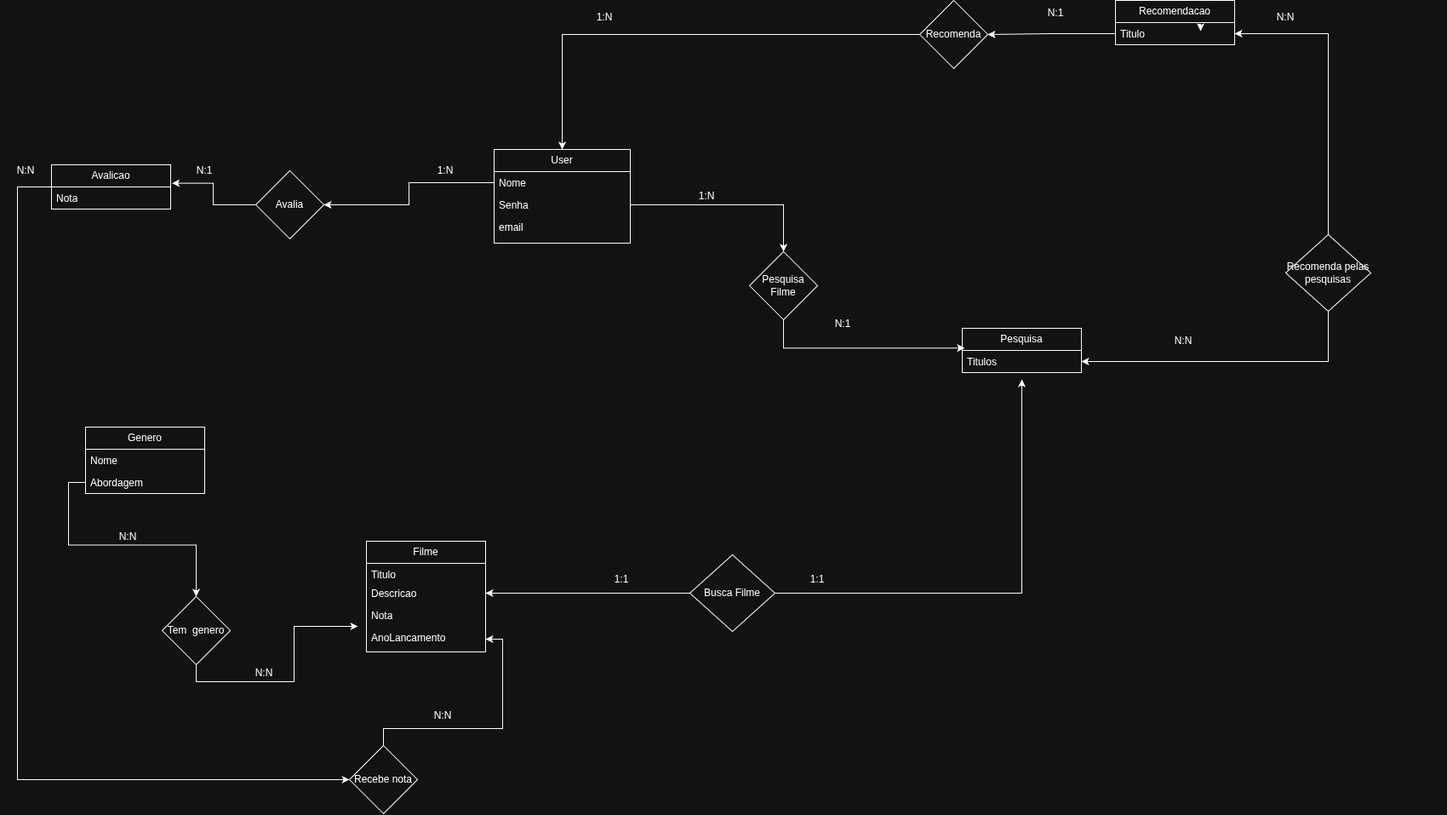
Before: docs/DatabaseDocs/DerBD.drawio.png, a diagram exported from draw.io (joaohpr/Trabalho_Final). Source tidied: cells renumbered, new cells last; positions are measured from the earlier drawing's top-left corner, leaving out a move shared by most shapes. The source it was exported from:
```xml
<mxGraphModel>
  <root>
    <mxCell id="0" />
    <mxCell id="1" parent="0" />
    <mxCell id="2" value="User" style="swimlane;fontStyle=0;horizontal=1;startSize=26;fillColor=none;whiteSpace=wrap;html=1;" parent="1" vertex="1">
      <mxGeometry x="580" y="175" width="160" height="110" as="geometry" />
    </mxCell>
    <mxCell id="3" value="Nome" style="text;strokeColor=none;fillColor=none;align=left;verticalAlign=top;spacingLeft=4;spacingRight=4;overflow=hidden;points=[[0,0.5],[1,0.5]];portConstraint=eastwest;whiteSpace=wrap;html=1;" parent="2" vertex="1">
      <mxGeometry y="26" width="160" height="26" as="geometry" />
    </mxCell>
    <mxCell id="4" value="Senha" style="text;strokeColor=none;fillColor=none;align=left;verticalAlign=top;spacingLeft=4;spacingRight=4;overflow=hidden;points=[[0,0.5],[1,0.5]];portConstraint=eastwest;whiteSpace=wrap;html=1;" parent="2" vertex="1">
      <mxGeometry y="52" width="160" height="26" as="geometry" />
    </mxCell>
    <mxCell id="5" value="email" style="text;strokeColor=none;fillColor=none;align=left;verticalAlign=top;spacingLeft=4;spacingRight=4;overflow=hidden;whiteSpace=wrap;html=1;" parent="2" vertex="1">
      <mxGeometry y="78" width="160" height="32" as="geometry" />
    </mxCell>
    <mxCell id="6" value="Filme" style="swimlane;fontStyle=0;horizontal=1;startSize=26;fillColor=none;whiteSpace=wrap;html=1;" parent="1" vertex="1">
      <mxGeometry x="430" y="635" width="140" height="130" as="geometry" />
    </mxCell>
    <mxCell id="7" value="Titulo" style="text;strokeColor=none;fillColor=none;align=left;verticalAlign=top;spacingLeft=4;spacingRight=4;overflow=hidden;whiteSpace=wrap;html=1;" parent="6" vertex="1">
      <mxGeometry y="26" width="140" height="22" as="geometry" />
    </mxCell>
    <mxCell id="8" value="Descricao" style="text;strokeColor=none;fillColor=none;align=left;verticalAlign=top;spacingLeft=4;spacingRight=4;overflow=hidden;points=[[0,0.5],[1,0.5]];portConstraint=eastwest;whiteSpace=wrap;html=1;" parent="6" vertex="1">
      <mxGeometry y="48" width="140" height="26" as="geometry" />
    </mxCell>
    <mxCell id="9" value="Nota" style="text;strokeColor=none;fillColor=none;align=left;verticalAlign=top;spacingLeft=4;spacingRight=4;overflow=hidden;whiteSpace=wrap;html=1;" parent="6" vertex="1">
      <mxGeometry y="74" width="140" height="26" as="geometry" />
    </mxCell>
    <mxCell id="10" value="AnoLancamento" style="text;strokeColor=none;fillColor=none;align=left;verticalAlign=top;spacingLeft=4;spacingRight=4;overflow=hidden;points=[[0,0.5],[1,0.5]];portConstraint=eastwest;whiteSpace=wrap;html=1;" parent="6" vertex="1">
      <mxGeometry y="100" width="140" height="30" as="geometry" />
    </mxCell>
    <mxCell id="11" value="Pesquisa" style="swimlane;fontStyle=0;horizontal=1;startSize=26;fillColor=none;whiteSpace=wrap;html=1;" parent="1" vertex="1">
      <mxGeometry x="1130" y="385" width="140" height="52" as="geometry" />
    </mxCell>
    <mxCell id="12" value="Titulos" style="text;strokeColor=none;fillColor=none;align=left;verticalAlign=top;spacingLeft=4;spacingRight=4;overflow=hidden;points=[[0,0.5],[1,0.5]];portConstraint=eastwest;whiteSpace=wrap;html=1;" parent="11" vertex="1">
      <mxGeometry y="26" width="140" height="26" as="geometry" />
    </mxCell>
    <mxCell id="13" value="Recomendacao" style="swimlane;fontStyle=0;horizontal=1;startSize=26;fillColor=none;whiteSpace=wrap;html=1;" parent="1" vertex="1">
      <mxGeometry x="1310" width="140" height="52" as="geometry" />
    </mxCell>
    <mxCell id="14" value="Titulo" style="text;strokeColor=none;fillColor=none;align=left;verticalAlign=top;spacingLeft=4;spacingRight=4;overflow=hidden;points=[[0,0.5],[1,0.5]];portConstraint=eastwest;whiteSpace=wrap;html=1;" parent="13" vertex="1">
      <mxGeometry y="26" width="140" height="26" as="geometry" />
    </mxCell>
    <mxCell id="15" value="Pesquisa Filme" style="rhombus;whiteSpace=wrap;html=1;" parent="1" vertex="1">
      <mxGeometry x="880" y="295" width="80" height="80" as="geometry" />
    </mxCell>
    <mxCell id="16" style="edgeStyle=orthogonalEdgeStyle;rounded=0;jettySize=auto;html=1;exitX=1;exitY=0.5;exitDx=0;exitDy=0;" parent="1" edge="1" source="4" target="15">
      <mxGeometry relative="1" as="geometry" />
    </mxCell>
    <mxCell id="17" style="edgeStyle=orthogonalEdgeStyle;rounded=0;jettySize=auto;html=1;exitX=0.5;exitY=1;exitDx=0;exitDy=0;entryX=0.021;entryY=-0.106;entryDx=0;entryDy=0;entryPerimeter=0;" parent="1" edge="1" source="15" target="12">
      <mxGeometry relative="1" as="geometry" />
    </mxCell>
    <mxCell id="18" value="N:1" style="text;html=1;whiteSpace=wrap;strokeColor=none;fillColor=none;align=center;verticalAlign=middle;rounded=0;" parent="1" vertex="1">
      <mxGeometry x="960" y="365" width="60" height="30" as="geometry" />
    </mxCell>
    <mxCell id="19" value="1:N" style="text;html=1;whiteSpace=wrap;strokeColor=none;fillColor=none;align=center;verticalAlign=middle;rounded=0;" parent="1" vertex="1">
      <mxGeometry x="800" y="215" width="60" height="30" as="geometry" />
    </mxCell>
    <mxCell id="20" style="edgeStyle=orthogonalEdgeStyle;rounded=0;jettySize=auto;html=1;exitX=0;exitY=0.5;exitDx=0;exitDy=0;entryX=0.5;entryY=0;entryDx=0;entryDy=0;" parent="1" edge="1" source="21" target="2">
      <mxGeometry relative="1" as="geometry" />
    </mxCell>
    <mxCell id="21" value="Recomenda" style="rhombus;whiteSpace=wrap;html=1;" parent="1" vertex="1">
      <mxGeometry x="1080" width="80" height="80" as="geometry" />
    </mxCell>
    <mxCell id="22" style="edgeStyle=orthogonalEdgeStyle;rounded=0;jettySize=auto;html=1;exitX=0;exitY=0.5;exitDx=0;exitDy=0;entryX=1;entryY=0.5;entryDx=0;entryDy=0;" parent="1" edge="1" source="14" target="21">
      <mxGeometry relative="1" as="geometry" />
    </mxCell>
    <mxCell id="23" value="1:N" style="text;html=1;whiteSpace=wrap;strokeColor=none;fillColor=none;align=center;verticalAlign=middle;rounded=0;" parent="1" vertex="1">
      <mxGeometry x="680" y="5" width="60" height="30" as="geometry" />
    </mxCell>
    <mxCell id="24" value="N:1" style="text;html=1;whiteSpace=wrap;strokeColor=none;fillColor=none;align=center;verticalAlign=middle;rounded=0;" parent="1" vertex="1">
      <mxGeometry x="1210" width="60" height="30" as="geometry" />
    </mxCell>
    <mxCell id="25" style="edgeStyle=orthogonalEdgeStyle;rounded=0;jettySize=auto;html=1;exitX=0;exitY=0.5;exitDx=0;exitDy=0;entryX=1;entryY=0.5;entryDx=0;entryDy=0;" parent="1" edge="1" source="27" target="8">
      <mxGeometry relative="1" as="geometry" />
    </mxCell>
    <mxCell id="26" style="edgeStyle=orthogonalEdgeStyle;rounded=0;jettySize=auto;html=1;exitX=1;exitY=0.5;exitDx=0;exitDy=0;" parent="1" edge="1" source="27">
      <mxGeometry relative="1" as="geometry">
        <mxPoint x="1200" y="445" as="targetPoint" />
      </mxGeometry>
    </mxCell>
    <mxCell id="27" value="Busca Filme" style="rhombus;whiteSpace=wrap;html=1;" parent="1" vertex="1">
      <mxGeometry x="810" y="651" width="100" height="90" as="geometry" />
    </mxCell>
    <mxCell id="28" value="Genero" style="swimlane;fontStyle=0;horizontal=1;startSize=26;fillColor=none;whiteSpace=wrap;html=1;" parent="1" vertex="1">
      <mxGeometry x="100" y="501" width="140" height="78" as="geometry" />
    </mxCell>
    <mxCell id="29" value="Nome" style="text;strokeColor=none;fillColor=none;align=left;verticalAlign=top;spacingLeft=4;spacingRight=4;overflow=hidden;whiteSpace=wrap;html=1;" parent="28" vertex="1">
      <mxGeometry y="26" width="140" height="26" as="geometry" />
    </mxCell>
    <mxCell id="30" value="Abordagem" style="text;strokeColor=none;fillColor=none;align=left;verticalAlign=top;spacingLeft=4;spacingRight=4;overflow=hidden;points=[[0,0.5],[1,0.5]];portConstraint=eastwest;whiteSpace=wrap;html=1;" parent="28" vertex="1">
      <mxGeometry y="52" width="140" height="26" as="geometry" />
    </mxCell>
    <mxCell id="31" style="edgeStyle=orthogonalEdgeStyle;rounded=0;jettySize=auto;html=1;exitX=0.5;exitY=1;exitDx=0;exitDy=0;" parent="1" edge="1" source="32">
      <mxGeometry relative="1" as="geometry">
        <mxPoint x="420" y="735" as="targetPoint" />
      </mxGeometry>
    </mxCell>
    <mxCell id="32" value="Tem&amp;nbsp; genero" style="rhombus;whiteSpace=wrap;html=1;" parent="1" vertex="1">
      <mxGeometry x="190" y="700" width="80" height="80" as="geometry" />
    </mxCell>
    <mxCell id="33" style="edgeStyle=orthogonalEdgeStyle;rounded=0;jettySize=auto;html=1;exitX=0;exitY=0.5;exitDx=0;exitDy=0;entryX=0.5;entryY=0;entryDx=0;entryDy=0;" parent="1" edge="1" source="30" target="32">
      <mxGeometry relative="1" as="geometry" />
    </mxCell>
    <mxCell id="34" value="N:N" style="text;html=1;whiteSpace=wrap;strokeColor=none;fillColor=none;align=center;verticalAlign=middle;rounded=0;" parent="1" vertex="1">
      <mxGeometry x="280" y="775" width="60" height="30" as="geometry" />
    </mxCell>
    <mxCell id="35" value="N:N" style="text;html=1;whiteSpace=wrap;strokeColor=none;fillColor=none;align=center;verticalAlign=middle;rounded=0;" parent="1" vertex="1">
      <mxGeometry x="120" y="615" width="60" height="30" as="geometry" />
    </mxCell>
    <mxCell id="36" style="edgeStyle=orthogonalEdgeStyle;rounded=0;jettySize=auto;html=1;exitX=0;exitY=0.5;exitDx=0;exitDy=0;entryX=0;entryY=0.5;entryDx=0;entryDy=0;" parent="1" edge="1" source="37" target="40">
      <mxGeometry relative="1" as="geometry">
        <Array as="points">
          <mxPoint x="20" y="219" />
          <mxPoint x="20" y="915" />
        </Array>
      </mxGeometry>
    </mxCell>
    <mxCell id="37" value="Avalicao" style="swimlane;fontStyle=0;horizontal=1;startSize=26;fillColor=none;whiteSpace=wrap;html=1;" parent="1" vertex="1">
      <mxGeometry x="60" y="193" width="140" height="52" as="geometry" />
    </mxCell>
    <mxCell id="38" value="Nota" style="text;strokeColor=none;fillColor=none;align=left;verticalAlign=top;spacingLeft=4;spacingRight=4;overflow=hidden;points=[[0,0.5],[1,0.5]];portConstraint=eastwest;whiteSpace=wrap;html=1;" parent="37" vertex="1">
      <mxGeometry y="26" width="140" height="26" as="geometry" />
    </mxCell>
    <mxCell id="39" style="edgeStyle=orthogonalEdgeStyle;rounded=0;jettySize=auto;html=1;exitX=0.5;exitY=0;exitDx=0;exitDy=0;entryX=1;entryY=0.5;entryDx=0;entryDy=0;" parent="1" edge="1" source="40" target="10">
      <mxGeometry relative="1" as="geometry">
        <Array as="points">
          <mxPoint x="450" y="855" />
          <mxPoint x="590" y="855" />
          <mxPoint x="590" y="750" />
        </Array>
      </mxGeometry>
    </mxCell>
    <mxCell id="40" value="Recebe nota" style="rhombus;whiteSpace=wrap;html=1;" parent="1" vertex="1">
      <mxGeometry x="410" y="875" width="80" height="80" as="geometry" />
    </mxCell>
    <mxCell id="41" value="Avalia" style="rhombus;whiteSpace=wrap;html=1;" parent="1" vertex="1">
      <mxGeometry x="300" y="200" width="80" height="80" as="geometry" />
    </mxCell>
    <mxCell id="42" style="edgeStyle=orthogonalEdgeStyle;rounded=0;jettySize=auto;html=1;exitX=0;exitY=0.5;exitDx=0;exitDy=0;entryX=1;entryY=0.5;entryDx=0;entryDy=0;" parent="1" edge="1" source="3" target="41">
      <mxGeometry relative="1" as="geometry" />
    </mxCell>
    <mxCell id="43" style="edgeStyle=orthogonalEdgeStyle;rounded=0;jettySize=auto;html=1;exitX=0;exitY=0.5;exitDx=0;exitDy=0;entryX=1.011;entryY=-0.17;entryDx=0;entryDy=0;entryPerimeter=0;" parent="1" edge="1" source="41" target="38">
      <mxGeometry relative="1" as="geometry" />
    </mxCell>
    <mxCell id="44" value="N:N" style="text;html=1;whiteSpace=wrap;strokeColor=none;fillColor=none;align=center;verticalAlign=middle;rounded=0;" parent="1" vertex="1">
      <mxGeometry y="185" width="60" height="30" as="geometry" />
    </mxCell>
    <mxCell id="45" value="N:N" style="text;html=1;whiteSpace=wrap;strokeColor=none;fillColor=none;align=center;verticalAlign=middle;rounded=0;" parent="1" vertex="1">
      <mxGeometry x="490" y="825" width="60" height="30" as="geometry" />
    </mxCell>
    <mxCell id="46" value="N:1" style="text;html=1;whiteSpace=wrap;strokeColor=none;fillColor=none;align=center;verticalAlign=middle;rounded=0;" parent="1" vertex="1">
      <mxGeometry x="210" y="185" width="60" height="30" as="geometry" />
    </mxCell>
    <mxCell id="47" value="1:N" style="text;html=1;whiteSpace=wrap;strokeColor=none;fillColor=none;align=center;verticalAlign=middle;rounded=0;" parent="1" vertex="1">
      <mxGeometry x="490" y="185" width="66" height="30" as="geometry" />
    </mxCell>
    <mxCell id="48" style="edgeStyle=orthogonalEdgeStyle;rounded=0;jettySize=auto;html=1;exitX=0.5;exitY=0;exitDx=0;exitDy=0;entryX=1;entryY=0.5;entryDx=0;entryDy=0;" parent="1" edge="1" source="50" target="14">
      <mxGeometry relative="1" as="geometry" />
    </mxCell>
    <mxCell id="49" style="edgeStyle=orthogonalEdgeStyle;rounded=0;jettySize=auto;html=1;exitX=0.5;exitY=1;exitDx=0;exitDy=0;entryX=1;entryY=0.5;entryDx=0;entryDy=0;" parent="1" edge="1" source="50" target="12">
      <mxGeometry relative="1" as="geometry" />
    </mxCell>
    <mxCell id="50" value="Recomenda pelas pesquisas" style="rhombus;whiteSpace=wrap;html=1;" parent="1" vertex="1">
      <mxGeometry x="1510" y="275" width="100" height="90" as="geometry" />
    </mxCell>
    <mxCell id="51" value="&amp;nbsp;" style="text;html=1;whiteSpace=wrap;strokeColor=none;fillColor=none;align=center;verticalAlign=middle;rounded=0;" parent="1" vertex="1">
      <mxGeometry x="1640" y="175" width="60" height="30" as="geometry" />
    </mxCell>
    <mxCell id="52" value="N:N" style="text;html=1;whiteSpace=wrap;strokeColor=none;fillColor=none;align=center;verticalAlign=middle;rounded=0;" parent="1" vertex="1">
      <mxGeometry x="1360" y="385" width="60" height="30" as="geometry" />
    </mxCell>
    <mxCell id="53" value="1:1" style="text;html=1;whiteSpace=wrap;strokeColor=none;fillColor=none;align=center;verticalAlign=middle;rounded=0;" parent="1" vertex="1">
      <mxGeometry x="930" y="665" width="60" height="30" as="geometry" />
    </mxCell>
    <mxCell id="54" value="1:1" style="text;html=1;whiteSpace=wrap;strokeColor=none;fillColor=none;align=center;verticalAlign=middle;rounded=0;" parent="1" vertex="1">
      <mxGeometry x="700" y="665" width="60" height="30" as="geometry" />
    </mxCell>
    <mxCell id="55" style="edgeStyle=orthogonalEdgeStyle;rounded=0;orthogonalLoop=1;jettySize=auto;html=1;exitX=0;exitY=0.5;exitDx=0;exitDy=0;entryX=0.021;entryY=0.808;entryDx=0;entryDy=0;entryPerimeter=0;" parent="1" edge="1">
      <mxGeometry relative="1" as="geometry">
        <mxPoint x="1407.1" y="28" as="sourcePoint" />
        <mxPoint x="1410" y="36" as="targetPoint" />
      </mxGeometry>
    </mxCell>
    <mxCell id="56" value="N:N" style="text;html=1;whiteSpace=wrap;strokeColor=none;fillColor=none;align=center;verticalAlign=middle;rounded=0;" parent="1" vertex="1">
      <mxGeometry x="1480" y="5" width="60" height="30" as="geometry" />
    </mxCell>
  </root>
</mxGraphModel>
```
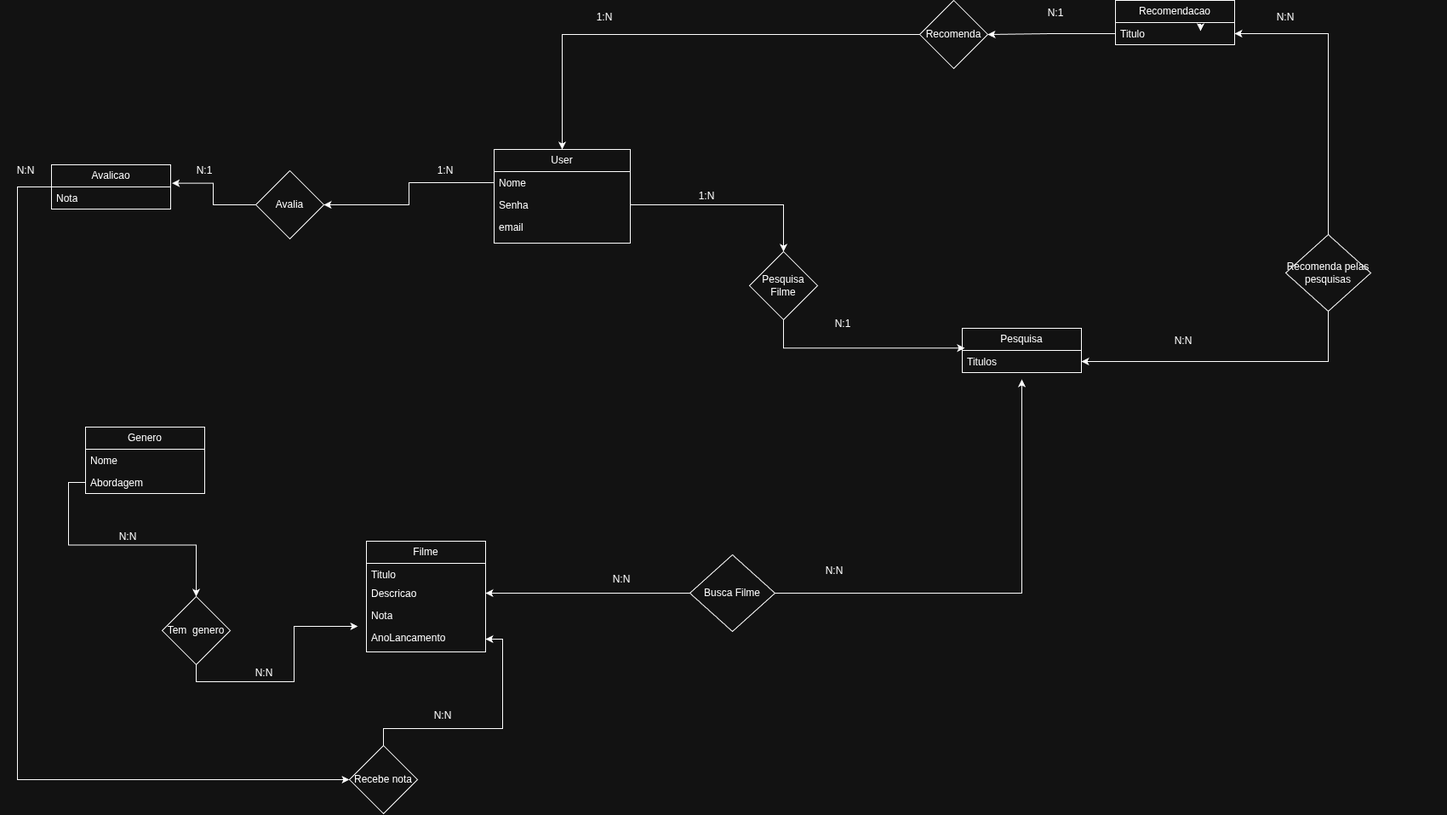
Later version of the same file.

What changed in the source:
```diff
@@ -170,10 +170,10 @@
     <mxCell id="52" value="N:N" style="text;html=1;whiteSpace=wrap;strokeColor=none;fillColor=none;align=center;verticalAlign=middle;rounded=0;" parent="1" vertex="1">
       <mxGeometry x="1360" y="385" width="60" height="30" as="geometry" />
     </mxCell>
-    <mxCell id="53" value="1:1" style="text;html=1;whiteSpace=wrap;strokeColor=none;fillColor=none;align=center;verticalAlign=middle;rounded=0;" parent="1" vertex="1">
+    <mxCell id="53" value="&lt;span style=&quot;color: rgba(0, 0, 0, 0); font-family: monospace; font-size: 0px; text-align: start; white-space: nowrap;&quot;&gt;%3CmxGraphModel%3E%3Croot%3E%3CmxCell%20id%3D%220%22%2F%3E%3CmxCell%20id%3D%221%22%20parent%3D%220%22%2F%3E%3CmxCell%20id%3D%222%22%20parent%3D%221%22%20style%3D%22text%3Bhtml%3D1%3BwhiteSpace%3Dwrap%3BstrokeColor%3Dnone%3BfillColor%3Dnone%3Balign%3Dcenter%3BverticalAlign%3Dmiddle%3Brounded%3D0%3B%22%20value%3D%22N%3AN%22%20vertex%3D%221%22%3E%3CmxGeometry%20height%3D%2230%22%20width%3D%2260%22%20x%3D%22-30%22%20y%3D%22510%22%20as%3D%22geometry%22%2F%3E%3C%2FmxCell%3E%3C%2Froot%3E%3C%2FmxGraphModel%3E&lt;/span&gt;&lt;span style=&quot;color: rgba(0, 0, 0, 0); font-family: monospace; font-size: 0px; text-align: start; white-space: nowrap;&quot;&gt;%3CmxGraphModel%3E%3Croot%3E%3CmxCell%20id%3D%220%22%2F%3E%3CmxCell%20id%3D%221%22%20parent%3D%220%22%2F%3E%3CmxCell%20id%3D%222%22%20parent%3D%221%22%20style%3D%22text%3Bhtml%3D1%3BwhiteSpace%3Dwrap%3BstrokeColor%3Dnone%3BfillColor%3Dnone%3Balign%3Dcenter%3BverticalAlign%3Dmiddle%3Brounded%3D0%3B%22%20value%3D%22N%3AN%22%20vertex%3D%221%22%3E%3CmxGeometry%20height%3D%2230%22%20width%3D%2260%22%20x%3D%22-30%22%20y%3D%22510%22%20as%3D%22geometry%22%2F%3E%3C%2FmxCell%3E%3C%2Froot%3E%3C%2FmxGraphModel%3E&lt;/span&gt;" style="text;html=1;whiteSpace=wrap;strokeColor=none;fillColor=none;align=center;verticalAlign=middle;rounded=0;" parent="1" vertex="1">
       <mxGeometry x="930" y="665" width="60" height="30" as="geometry" />
     </mxCell>
-    <mxCell id="54" value="1:1" style="text;html=1;whiteSpace=wrap;strokeColor=none;fillColor=none;align=center;verticalAlign=middle;rounded=0;" parent="1" vertex="1">
+    <mxCell id="54" value="N:N" style="text;html=1;whiteSpace=wrap;strokeColor=none;fillColor=none;align=center;verticalAlign=middle;rounded=0;" parent="1" vertex="1">
       <mxGeometry x="700" y="665" width="60" height="30" as="geometry" />
     </mxCell>
     <mxCell id="55" style="edgeStyle=orthogonalEdgeStyle;rounded=0;orthogonalLoop=1;jettySize=auto;html=1;exitX=0;exitY=0.5;exitDx=0;exitDy=0;entryX=0.021;entryY=0.808;entryDx=0;entryDy=0;entryPerimeter=0;" parent="1" edge="1">
@@ -185,5 +185,11 @@
     <mxCell id="56" value="N:N" style="text;html=1;whiteSpace=wrap;strokeColor=none;fillColor=none;align=center;verticalAlign=middle;rounded=0;" parent="1" vertex="1">
       <mxGeometry x="1480" y="5" width="60" height="30" as="geometry" />
     </mxCell>
+    <mxCell id="57" value="N:N" style="text;html=1;whiteSpace=wrap;strokeColor=none;fillColor=none;align=center;verticalAlign=middle;rounded=0;" parent="1" vertex="1">
+      <mxGeometry x="950" y="655" width="60" height="30" as="geometry" />
+    </mxCell>
+    <mxCell id="58" style="edgeStyle=orthogonalEdgeStyle;rounded=0;orthogonalLoop=1;jettySize=auto;html=1;exitX=0.5;exitY=1;exitDx=0;exitDy=0;" parent="1" edge="1" source="57" target="57">
+      <mxGeometry relative="1" as="geometry" />
+    </mxCell>
   </root>
 </mxGraphModel>
```
